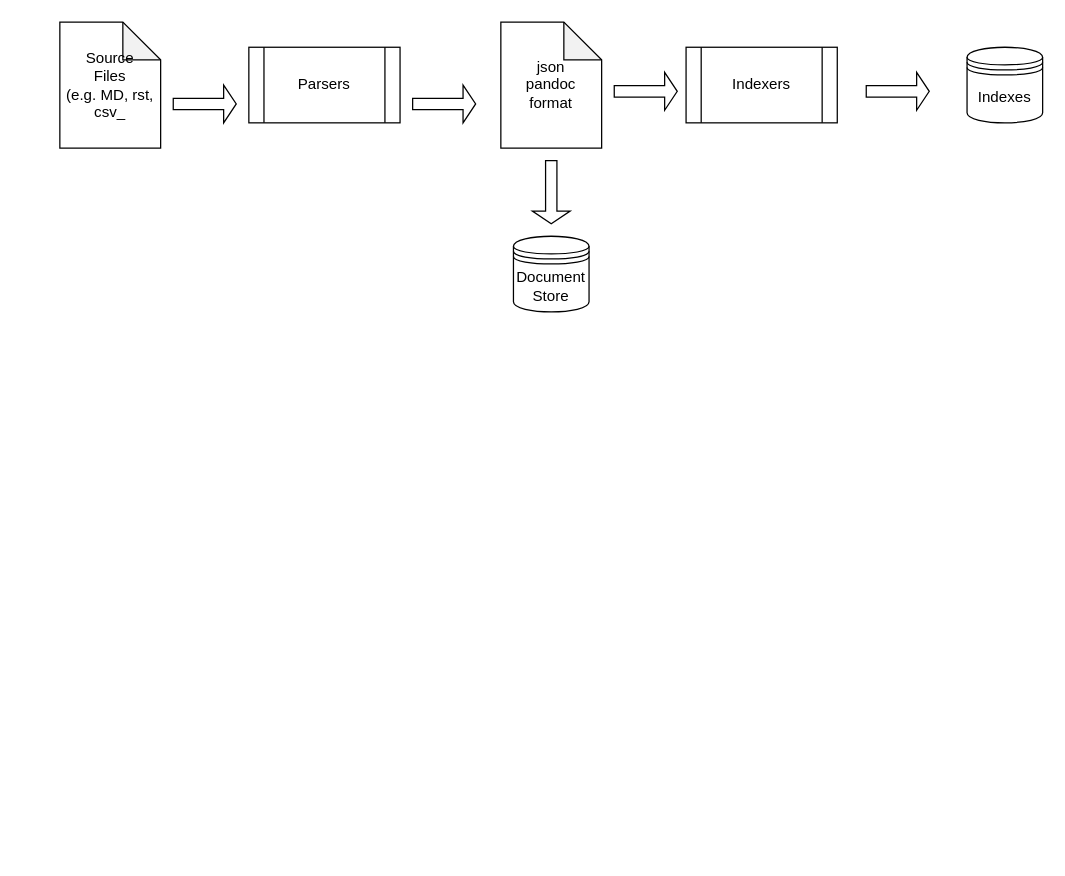
Before: WPS concepts.drawio in ajkavanagh/wps, a draw.io diagram. Source tidied: cells renumbered, new cells numbered last; positions are measured from the earlier drawing's top-left corner, leaving out a move shared by most shapes. Both pictures are drawn from the tidied source at 126%, with x=0, y=0 at pixel (59, 21).
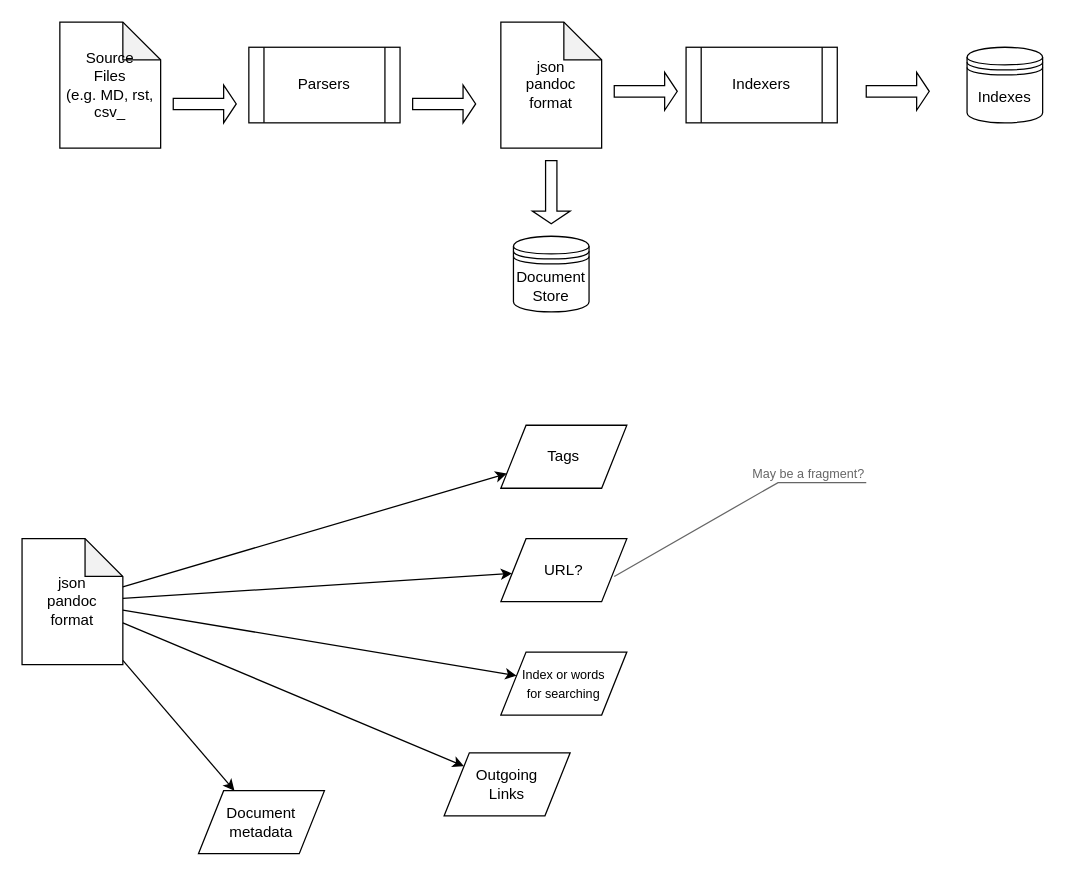
The same diagram, later.

Commit message:
Added json pandoc -> parts concept

Diff of the diagram source:
```diff
@@
+    <mxCell id="13" value="json&lt;br&gt;pandoc&lt;br&gt;format" style="shape=note;whiteSpace=wrap;html=1;backgroundOutline=1;darkOpacity=0.05;" parent="1" vertex="1">
+      <mxGeometry x="-30" y="410" width="80" height="100" as="geometry" />
+    </mxCell>
+    <mxCell id="14" value="Tags" style="shape=parallelogram;perimeter=parallelogramPerimeter;whiteSpace=wrap;html=1;dashed=0;" parent="1" vertex="1">
+      <mxGeometry x="350" y="320" width="100" height="50" as="geometry" />
+    </mxCell>
+    <mxCell id="15" value="URL?" style="shape=parallelogram;perimeter=parallelogramPerimeter;whiteSpace=wrap;html=1;dashed=0;" parent="1" vertex="1">
+      <mxGeometry x="350" y="410" width="100" height="50" as="geometry" />
+    </mxCell>
+    <mxCell id="16" value="&lt;font style=&quot;font-size: 10px;&quot;&gt;May be a fragment?&lt;br&gt;&lt;/font&gt;" style="strokeWidth=1;shadow=0;dashed=0;align=center;html=1;shape=mxgraph.mockup.text.callout;linkText=;textSize=17;textColor=#666666;callDir=NE;callStyle=line;fontSize=17;fontColor=#666666;align=right;verticalAlign=top;strokeColor=#666666;" parent="1" vertex="1">
+      <mxGeometry x="440" y="340" width="200" height="100" as="geometry" />
+    </mxCell>
+    <mxCell id="17" value="&lt;font style=&quot;font-size: 10px;&quot;&gt;Index or words&lt;br&gt;for searching&lt;/font&gt;" style="shape=parallelogram;perimeter=parallelogramPerimeter;whiteSpace=wrap;html=1;dashed=0;" parent="1" vertex="1">
+      <mxGeometry x="350" y="500" width="100" height="50" as="geometry" />
+    </mxCell>
+    <mxCell id="18" value="Outgoing&lt;br&gt;Links" style="shape=parallelogram;perimeter=parallelogramPerimeter;whiteSpace=wrap;html=1;dashed=0;" parent="1" vertex="1">
+      <mxGeometry x="305" y="580" width="100" height="50" as="geometry" />
+    </mxCell>
+    <mxCell id="19" value="Document&lt;br&gt;metadata" style="shape=parallelogram;perimeter=parallelogramPerimeter;whiteSpace=wrap;html=1;dashed=0;" parent="1" vertex="1">
+      <mxGeometry x="110" y="610" width="100" height="50" as="geometry" />
+    </mxCell>
+    <mxCell id="20" style="endArrow=classic;html=1;rounded=0;" parent="1" edge="1" source="13" target="14">
+      <mxGeometry relative="1" as="geometry" />
+    </mxCell>
+    <mxCell id="21" style="endArrow=classic;html=1;rounded=0;" parent="1" edge="1" source="13" target="15">
+      <mxGeometry relative="1" as="geometry" />
+    </mxCell>
+    <mxCell id="22" style="endArrow=classic;html=1;rounded=0;" parent="1" edge="1" source="13" target="17">
+      <mxGeometry relative="1" as="geometry" />
+    </mxCell>
+    <mxCell id="23" style="endArrow=classic;html=1;rounded=0;" parent="1" edge="1" source="13" target="18">
+      <mxGeometry relative="1" as="geometry" />
+    </mxCell>
+    <mxCell id="24" style="endArrow=classic;html=1;rounded=0;" parent="1" edge="1" source="13" target="19">
+      <mxGeometry relative="1" as="geometry" />
+    </mxCell>
```
